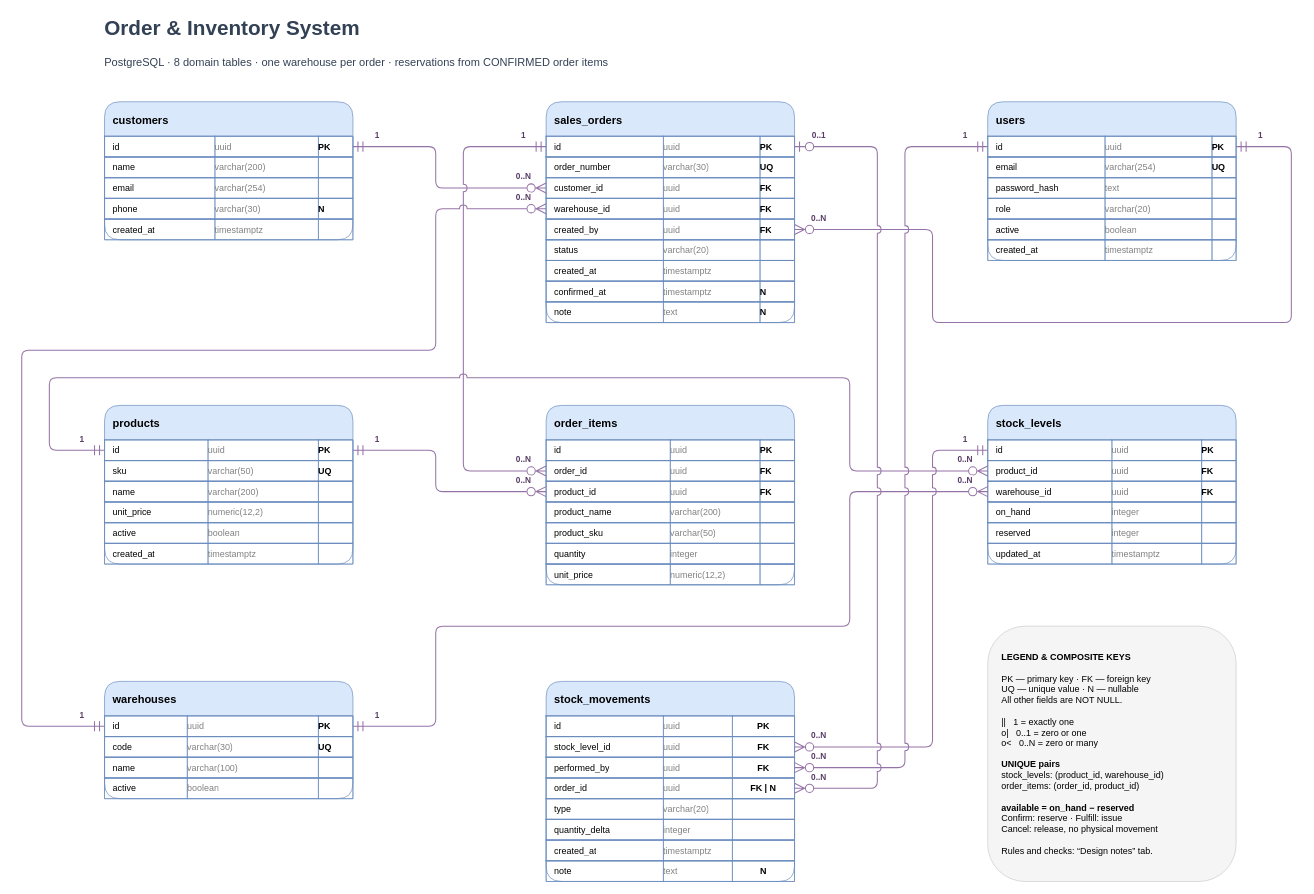
This is page "Schema · 8 tables" (1 of 2) of docs/schema-design.drawio from bartlomiej-milosz/order-inventory-system, a draw.io file, before an edit. Source tidied: cells renumbered, new cells numbered last; positions are measured from the earlier drawing's top-left corner, leaving out a move shared by most shapes. Both pictures are drawn from the tidied source at 69%, with x=0, y=0 at pixel (21, 12).
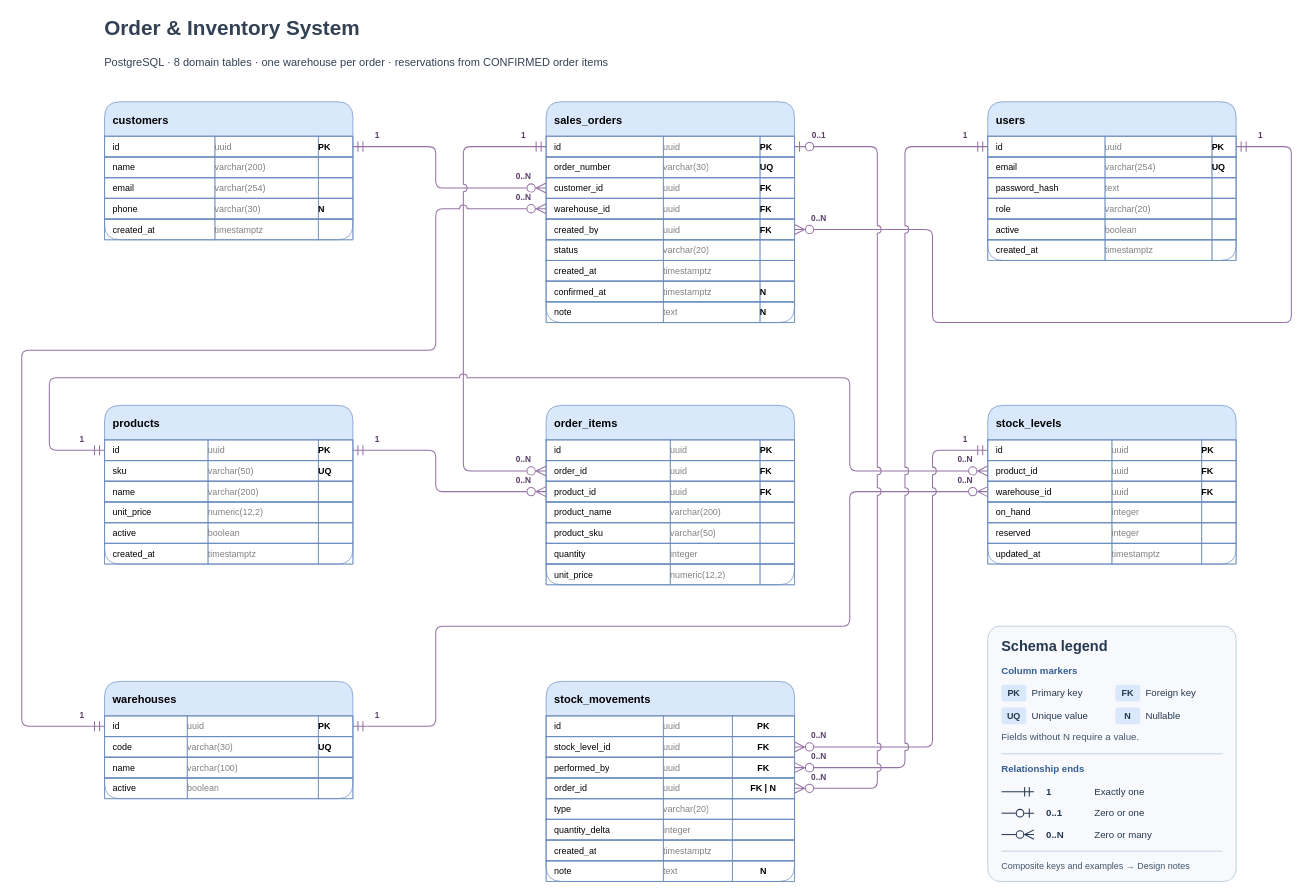
The same page after the edit.

Commit message (it also covers changes not shown here):
docs: show the database schema in light and dark themes

Change to the diagram source:
```diff
@@
-    <mxCell id="216" value="&lt;font face=&quot;JetBrains Mono&quot;&gt;&lt;b&gt;LEGEND &amp;amp; COMPOSITE KEYS&lt;/b&gt;&lt;br&gt;&lt;br&gt;PK — primary key · FK — foreign key&lt;br&gt;UQ — unique value · N — nullable&lt;br&gt;All other fields are NOT NULL.&lt;br&gt;&lt;br&gt;|| &amp;nbsp; 1 = exactly one&lt;/font&gt;&lt;div&gt;&lt;font face=&quot;JetBrains Mono&quot;&gt;o| &amp;nbsp; 0..1 = zero or one&lt;br&gt;o&amp;lt; &amp;nbsp; 0..N = zero or many&lt;br&gt;&lt;br&gt;&lt;b&gt;UNIQUE pairs&lt;/b&gt;&lt;br&gt;stock_levels: (product_id, warehouse_id)&lt;br&gt;order_items: (order_id, product_id)&lt;br&gt;&lt;br&gt;&lt;b&gt;available = on_hand − reserved&lt;/b&gt;&lt;br&gt;Confirm: reserve · Fulfill: issue&lt;br&gt;Cancel: release, no physical movement&lt;br&gt;&lt;br&gt;Rules and checks: “Design notes” tab.&lt;/font&gt;&lt;/div&gt;" style="rounded=1;html=1;whiteSpace=wrap;align=left;verticalAlign=middle;spacing=20;fontFamily=Helvetica;fontSize=13;fillColor=#f5f5f5;strokeColor=#cccccc;roundedPerimeter=1;" parent="1" vertex="1">
+    <mxCell id="216" style="rounded=1;arcSize=5;html=1;fillColor=#f7f9fc;strokeColor=#aabed5;strokeWidth=1;" parent="1" vertex="1">
       <mxGeometry x="1400" y="890" width="360" height="370" as="geometry" />
     </mxCell>
+    <mxCell id="247" value="Schema legend" style="text;html=1;whiteSpace=wrap;align=left;verticalAlign=middle;spacing=0;fontFamily=Helvetica;fontSize=21;fontStyle=1;fontColor=#253750;fillColor=none;strokeColor=none;rounded=0;arcSize=14;" parent="216" vertex="1">
+      <mxGeometry x="20" y="13" width="320" height="30" as="geometry" />
+    </mxCell>
+    <mxCell id="248" value="Column markers" style="text;html=1;whiteSpace=wrap;align=left;verticalAlign=middle;spacing=0;fontFamily=Helvetica;fontSize=14;fontStyle=1;fontColor=#355e92;fillColor=none;strokeColor=none;rounded=0;arcSize=14;" parent="216" vertex="1">
+      <mxGeometry x="20" y="54" width="320" height="21" as="geometry" />
+    </mxCell>
+    <mxCell id="249" value="PK" style="text;html=1;whiteSpace=wrap;align=center;verticalAlign=middle;spacing=0;fontFamily=JetBrains Mono;fontSize=13;fontStyle=1;fontColor=#253750;fillColor=#dae8fc;strokeColor=none;rounded=1;arcSize=14;" parent="216" vertex="1">
+      <mxGeometry x="20" y="85" width="36" height="24" as="geometry" />
+    </mxCell>
+    <mxCell id="250" value="Primary key" style="text;html=1;whiteSpace=wrap;align=left;verticalAlign=middle;spacing=0;fontFamily=Helvetica;fontSize=14;fontStyle=0;fontColor=#253750;fillColor=none;strokeColor=none;rounded=0;arcSize=14;" parent="216" vertex="1">
+      <mxGeometry x="64" y="85" width="110" height="24" as="geometry" />
+    </mxCell>
+    <mxCell id="251" value="FK" style="text;html=1;whiteSpace=wrap;align=center;verticalAlign=middle;spacing=0;fontFamily=JetBrains Mono;fontSize=13;fontStyle=1;fontColor=#253750;fillColor=#dae8fc;strokeColor=none;rounded=1;arcSize=14;" parent="216" vertex="1">
+      <mxGeometry x="185" y="85" width="36" height="24" as="geometry" />
+    </mxCell>
+    <mxCell id="252" value="Foreign key" style="text;html=1;whiteSpace=wrap;align=left;verticalAlign=middle;spacing=0;fontFamily=Helvetica;fontSize=14;fontStyle=0;fontColor=#253750;fillColor=none;strokeColor=none;rounded=0;arcSize=14;" parent="216" vertex="1">
+      <mxGeometry x="229" y="85" width="110" height="24" as="geometry" />
+    </mxCell>
+    <mxCell id="253" value="UQ" style="text;html=1;whiteSpace=wrap;align=center;verticalAlign=middle;spacing=0;fontFamily=JetBrains Mono;fontSize=13;fontStyle=1;fontColor=#253750;fillColor=#dae8fc;strokeColor=none;rounded=1;arcSize=14;" parent="216" vertex="1">
+      <mxGeometry x="20" y="118" width="36" height="24" as="geometry" />
+    </mxCell>
+    <mxCell id="254" value="Unique value" style="text;html=1;whiteSpace=wrap;align=left;verticalAlign=middle;spacing=0;fontFamily=Helvetica;fontSize=14;fontStyle=0;fontColor=#253750;fillColor=none;strokeColor=none;rounded=0;arcSize=14;" parent="216" vertex="1">
+      <mxGeometry x="64" y="118" width="110" height="24" as="geometry" />
+    </mxCell>
+    <mxCell id="255" value="N" style="text;html=1;whiteSpace=wrap;align=center;verticalAlign=middle;spacing=0;fontFamily=JetBrains Mono;fontSize=13;fontStyle=1;fontColor=#253750;fillColor=#dae8fc;strokeColor=none;rounded=1;arcSize=14;" parent="216" vertex="1">
+      <mxGeometry x="185" y="118" width="36" height="24" as="geometry" />
+    </mxCell>
+    <mxCell id="256" value="Nullable" style="text;html=1;whiteSpace=wrap;align=left;verticalAlign=middle;spacing=0;fontFamily=Helvetica;fontSize=14;fontStyle=0;fontColor=#253750;fillColor=none;strokeColor=none;rounded=0;arcSize=14;" parent="216" vertex="1">
+      <mxGeometry x="229" y="118" width="110" height="24" as="geometry" />
+    </mxCell>
+    <mxCell id="257" value="Fields without N require a value." style="text;html=1;whiteSpace=wrap;align=left;verticalAlign=middle;spacing=0;fontFamily=Helvetica;fontSize=14;fontStyle=0;fontColor=#41566e;fillColor=none;strokeColor=none;rounded=0;arcSize=14;" parent="216" vertex="1">
+      <mxGeometry x="20" y="150" width="320" height="21" as="geometry" />
+    </mxCell>
+    <mxCell id="258" style="endArrow=none;endSize=11;endFill=0;startArrow=none;strokeWidth=1;strokeColor=#aabed5;html=1;" parent="216" edge="1">
+      <mxGeometry relative="1" as="geometry">
+        <mxPoint x="20" y="185" as="sourcePoint" />
+        <mxPoint x="340" y="185" as="targetPoint" />
+      </mxGeometry>
+    </mxCell>
+    <mxCell id="259" value="Relationship ends" style="text;html=1;whiteSpace=wrap;align=left;verticalAlign=middle;spacing=0;fontFamily=Helvetica;fontSize=14;fontStyle=1;fontColor=#355e92;fillColor=none;strokeColor=none;rounded=0;arcSize=14;" parent="216" vertex="1">
+      <mxGeometry x="20" y="196" width="320" height="22" as="geometry" />
+    </mxCell>
+    <mxCell id="260" style="endArrow=ERmandOne;endSize=11;endFill=0;startArrow=none;strokeWidth=1.5;strokeColor=#253750;html=1;" parent="216" edge="1">
+      <mxGeometry relative="1" as="geometry">
+        <mxPoint x="20" y="240" as="sourcePoint" />
+        <mxPoint x="67" y="240" as="targetPoint" />
+      </mxGeometry>
+    </mxCell>
+    <mxCell id="261" value="1" style="text;html=1;whiteSpace=wrap;align=left;verticalAlign=middle;spacing=0;fontFamily=JetBrains Mono;fontSize=14;fontStyle=1;fontColor=#253750;fillColor=none;strokeColor=none;rounded=0;arcSize=14;" parent="216" vertex="1">
+      <mxGeometry x="85" y="229" width="60" height="22" as="geometry" />
+    </mxCell>
+    <mxCell id="262" value="Exactly one" style="text;html=1;whiteSpace=wrap;align=left;verticalAlign=middle;spacing=0;fontFamily=Helvetica;fontSize=14;fontStyle=0;fontColor=#253750;fillColor=none;strokeColor=none;rounded=0;arcSize=14;" parent="216" vertex="1">
+      <mxGeometry x="155" y="229" width="165" height="22" as="geometry" />
+    </mxCell>
+    <mxCell id="263" style="endArrow=ERzeroToOne;endSize=11;endFill=0;startArrow=none;strokeWidth=1.5;strokeColor=#253750;html=1;" parent="216" edge="1">
+      <mxGeometry relative="1" as="geometry">
+        <mxPoint x="20" y="271" as="sourcePoint" />
+        <mxPoint x="67" y="271" as="targetPoint" />
+      </mxGeometry>
+    </mxCell>
+    <mxCell id="264" value="0..1" style="text;html=1;whiteSpace=wrap;align=left;verticalAlign=middle;spacing=0;fontFamily=JetBrains Mono;fontSize=14;fontStyle=1;fontColor=#253750;fillColor=none;strokeColor=none;rounded=0;arcSize=14;" parent="216" vertex="1">
+      <mxGeometry x="85" y="260" width="60" height="22" as="geometry" />
+    </mxCell>
+    <mxCell id="265" value="Zero or one" style="text;html=1;whiteSpace=wrap;align=left;verticalAlign=middle;spacing=0;fontFamily=Helvetica;fontSize=14;fontStyle=0;fontColor=#253750;fillColor=none;strokeColor=none;rounded=0;arcSize=14;" parent="216" vertex="1">
+      <mxGeometry x="155" y="260" width="165" height="22" as="geometry" />
+    </mxCell>
+    <mxCell id="266" style="endArrow=ERzeroToMany;endSize=11;endFill=0;startArrow=none;strokeWidth=1.5;strokeColor=#253750;html=1;" parent="216" edge="1">
+      <mxGeometry relative="1" as="geometry">
+        <mxPoint x="20" y="302" as="sourcePoint" />
+        <mxPoint x="67" y="302" as="targetPoint" />
+      </mxGeometry>
+    </mxCell>
+    <mxCell id="267" value="0..N" style="text;html=1;whiteSpace=wrap;align=left;verticalAlign=middle;spacing=0;fontFamily=JetBrains Mono;fontSize=14;fontStyle=1;fontColor=#253750;fillColor=none;strokeColor=none;rounded=0;arcSize=14;" parent="216" vertex="1">
+      <mxGeometry x="85" y="291" width="60" height="22" as="geometry" />
+    </mxCell>
+    <mxCell id="268" value="Zero or many" style="text;html=1;whiteSpace=wrap;align=left;verticalAlign=middle;spacing=0;fontFamily=Helvetica;fontSize=14;fontStyle=0;fontColor=#253750;fillColor=none;strokeColor=none;rounded=0;arcSize=14;" parent="216" vertex="1">
+      <mxGeometry x="155" y="291" width="165" height="22" as="geometry" />
+    </mxCell>
+    <mxCell id="269" style="endArrow=none;endSize=11;endFill=0;startArrow=none;strokeWidth=1;strokeColor=#aabed5;html=1;" parent="216" edge="1">
+      <mxGeometry relative="1" as="geometry">
+        <mxPoint x="20" y="326" as="sourcePoint" />
+        <mxPoint x="340" y="326" as="targetPoint" />
+      </mxGeometry>
+    </mxCell>
+    <mxCell id="270" value="Composite keys and examples → Design notes" style="text;html=1;whiteSpace=wrap;align=left;verticalAlign=middle;spacing=0;fontFamily=Helvetica;fontSize=13;fontStyle=0;fontColor=#41566e;fillColor=none;strokeColor=none;rounded=0;arcSize=14;" parent="216" vertex="1">
+      <mxGeometry x="20" y="334" width="324" height="27" as="geometry" />
+    </mxCell>
```
